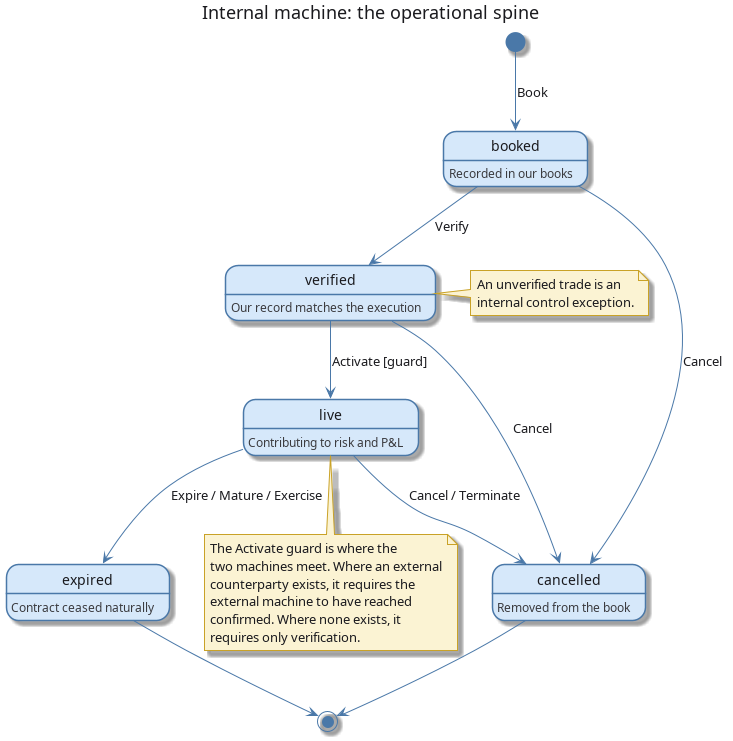
OreStudio/OreStudio keeps this PlantUML diagram as doc/knowledge/domain/trade_lifecycle_internal.png. Above is the earlier version. Its source is kept beside it as doc/knowledge/domain/trade_lifecycle_internal.puml. Source of this version:
```plantuml
@startuml
!pragma layout smetana

title Internal machine: the operational spine

skinparam state {
    BackgroundColor #D6E8FA
    BorderColor #4A78A8
    FontColor #1A1A1E
    AttributeFontColor #3A3A3E
    ArrowColor #4A78A8
    ArrowFontColor #1A1A1E
    StartColor #4A78A8
    EndColor #4A78A8
}
skinparam note {
    BackgroundColor #FBF3D3
    BorderColor #C9A227
    FontColor #1A1A1E
}
skinparam BackgroundColor white
skinparam DefaultFontColor #1A1A1E

state "booked" as Booked
state "verified" as Verified
state "live" as Live
state "expired" as Expired
state "cancelled" as Cancelled

Booked : Recorded in our books
Verified : Our record matches the execution
Live : Contributing to risk and P&L
Expired : Contract ceased naturally
Cancelled : Removed from the book

[*] --> Booked : Book
Booked --> Verified : Verify
Verified --> Live : Activate [guard]
Live --> Expired : Expire / Mature / Exercise
Booked --> Cancelled : Cancel
Verified --> Cancelled : Cancel
Live --> Cancelled : Cancel / Terminate
Expired --> [*]
Cancelled --> [*]

note right of Verified
  An unverified trade is an
  internal control exception.
end note

note bottom of Live
  The Activate guard is where the
  two machines meet. Where an external
  counterparty exists, it requires the
  external machine to have reached
  confirmed. Where none exists, it
  requires only verification.
end note

@enduml
```
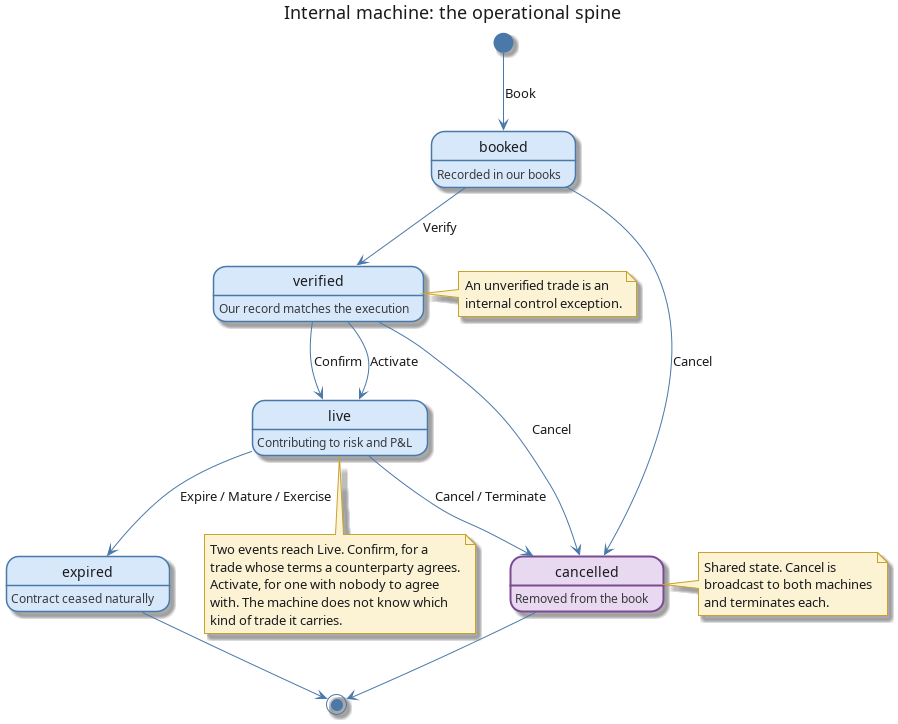
After the change.

Commit message:
[doc] Relate the two machines by shared events, not by a guard

The edit, as a diff of the source:
```diff
@@ -25,7 +25,7 @@
 state "verified" as Verified
 state "live" as Live
 state "expired" as Expired
-state "cancelled" as Cancelled
+state "cancelled" as Cancelled #E8D9F0 ##[bold]7A4B93
 
 Booked : Recorded in our books
 Verified : Our record matches the execution
@@ -35,7 +35,8 @@
 
 [*] --> Booked : Book
 Booked --> Verified : Verify
-Verified --> Live : Activate [guard]
+Verified --> Live : Confirm
+Verified --> Live : Activate
 Live --> Expired : Expire / Mature / Exercise
 Booked --> Cancelled : Cancel
 Verified --> Cancelled : Cancel
@@ -49,12 +50,17 @@
 end note
 
 note bottom of Live
-  The Activate guard is where the
-  two machines meet. Where an external
-  counterparty exists, it requires the
-  external machine to have reached
-  confirmed. Where none exists, it
-  requires only verification.
+  Two events reach Live. Confirm, for a
+  trade whose terms a counterparty agrees.
+  Activate, for one with nobody to agree
+  with. The machine does not know which
+  kind of trade it carries.
+end note
+
+note right of Cancelled
+  Shared state. Cancel is
+  broadcast to both machines
+  and terminates each.
 end note
 
 @enduml
```
